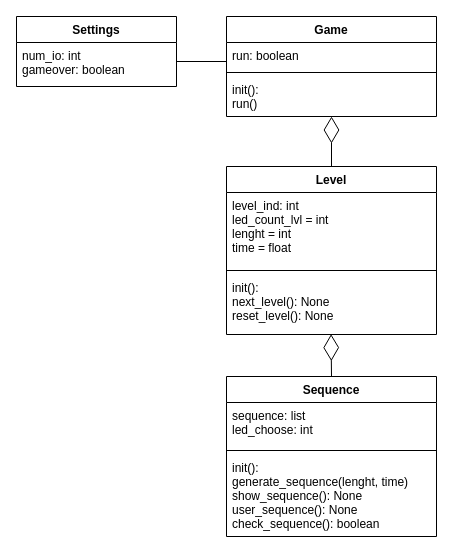
Above: Class diagram.drawio in Flaviu123/LED_MindGame (draw.io), before the change. Source tidied: cells renumbered, new cells numbered last; positions are measured from the earlier drawing's top-left corner, leaving out a move shared by most shapes. Both pictures are drawn from the tidied source at 100%, with x=0, y=0 at pixel (16, 16).
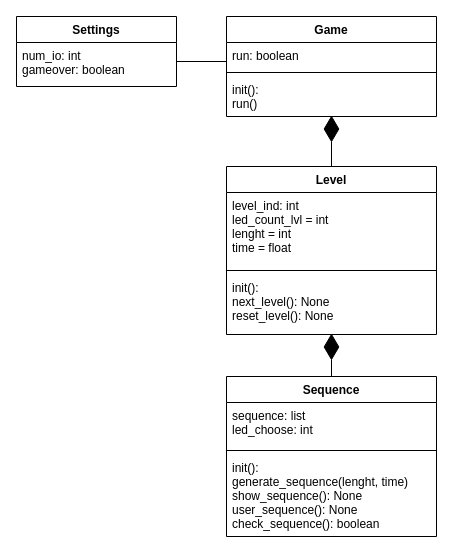
Above is the later version.

Commit message:
Composition was correct in class diagram changed back

Unchanged cells that the change refers to:
```xml
<mxCell id="7" value="init():&#10;run()&#10;" style="text;strokeColor=none;fillColor=none;align=left;verticalAlign=top;spacingLeft=4;spacingRight=4;overflow=hidden;points=[[0,0.5],[1,0.5]];portConstraint=eastwest;" parent="4" vertex="1">
  <mxGeometry y="60" width="210" height="40" as="geometry" />
</mxCell>
<mxCell id="8" value="Sequence" style="swimlane;fontStyle=1;align=center;verticalAlign=top;horizontal=1;startSize=26;" parent="1" vertex="1">
  <mxGeometry x="210" y="360" width="210" height="160" as="geometry" />
</mxCell>
<mxCell id="12" value="Level" style="swimlane;fontStyle=1;align=center;verticalAlign=top;horizontal=1;startSize=26;" parent="1" vertex="1">
  <mxGeometry x="210" y="150" width="210" height="168" as="geometry" />
</mxCell>
<mxCell id="15" value="init():&#10;next_level(): None&#10;reset_level(): None" style="text;strokeColor=none;fillColor=none;align=left;verticalAlign=top;spacingLeft=4;spacingRight=4;overflow=hidden;points=[[0,0.5],[1,0.5]];portConstraint=eastwest;" parent="12" vertex="1">
  <mxGeometry y="108" width="210" height="60" as="geometry" />
</mxCell>
```

Diff of the diagram source:
```diff
@@
-    <mxCell id="17" style="endArrow=diamondThin;endFill=0;endSize=24;html=1;rounded=0;exitX=0.5;exitY=0;exitDx=0;exitDy=0;entryX=0.498;entryY=0.994;entryDx=0;entryDy=0;entryPerimeter=0;" parent="1" edge="1" source="8" target="15">
+    <mxCell id="17" style="endArrow=diamondThin;endFill=1;endSize=24;html=1;rounded=0;entryX=0.5;entryY=0.983;entryDx=0;entryDy=0;entryPerimeter=0;exitX=0.5;exitY=0;exitDx=0;exitDy=0;" parent="1" edge="1" source="8" target="15">
       <mxGeometry relative="1" as="geometry" />
     </mxCell>
-    <mxCell id="18" style="endArrow=diamondThin;endFill=0;endSize=24;html=1;rounded=0;exitX=0.5;exitY=0;exitDx=0;exitDy=0;" parent="1" edge="1" source="12">
-      <mxGeometry relative="1" as="geometry">
-        <mxPoint x="315" y="100" as="targetPoint" />
-      </mxGeometry>
-    </mxCell>
+    <mxCell id="19" style="endArrow=diamondThin;endFill=1;endSize=24;html=1;rounded=0;entryX=0.5;entryY=0.975;entryDx=0;entryDy=0;entryPerimeter=0;exitX=0.5;exitY=0;exitDx=0;exitDy=0;" parent="1" edge="1" source="12" target="7">
+      <mxGeometry relative="1" as="geometry" />
+    </mxCell>
```
